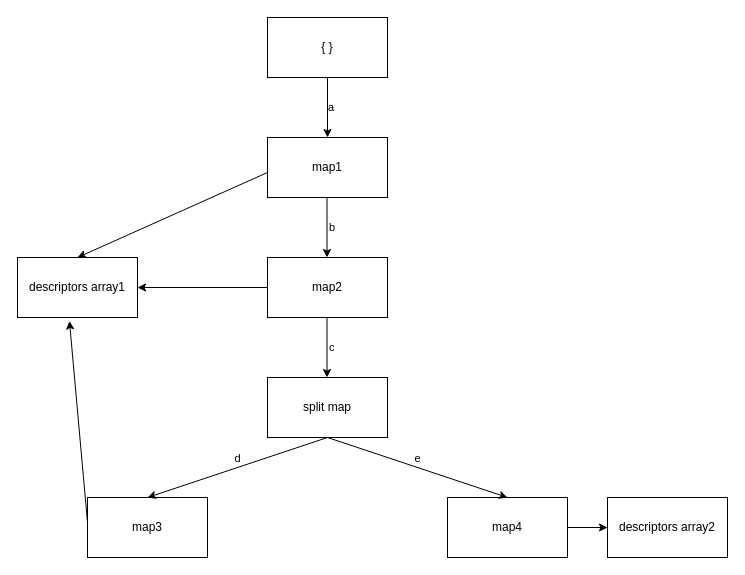
Earlier version of the draw.io diagram 未命名绘图.drawio (Y1f4n/flask). Source tidied: cells renumbered, new cells numbered last; positions are measured from the earlier drawing's top-left corner, leaving out a move shared by most shapes. Both pictures are drawn from the tidied source at 100%, with x=0, y=0 at pixel (17, 17).
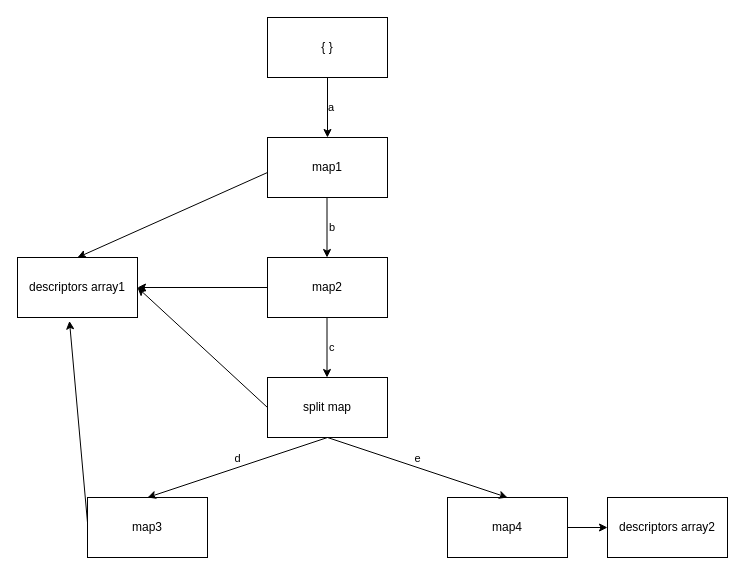
Above is the later version.

Unchanged cells that the change refers to:
```xml
<mxCell id="14" value="descriptors array1" style="rounded=0;whiteSpace=wrap;html=1;" parent="1" vertex="1">
  <mxGeometry y="240" width="120" height="60" as="geometry" />
</mxCell>
```

What changed in the source:
```diff
@@
+    <mxCell id="20" style="endArrow=classic;html=1;rounded=0;entryX=1;entryY=0.5;entryDx=0;entryDy=0;" parent="1" edge="1" target="14">
+      <mxGeometry relative="1" as="geometry">
+        <mxPoint x="250" y="390" as="sourcePoint" />
+      </mxGeometry>
+    </mxCell>
```
